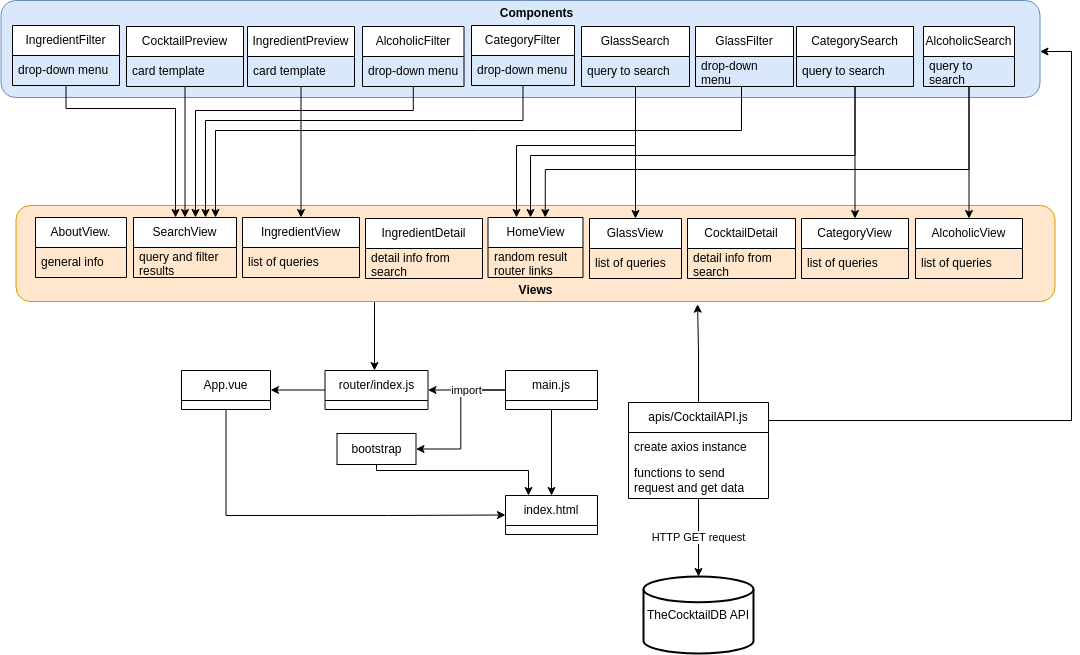
Earlier version of the draw.io export Portfolio/6.3HD/architecture.drawio.png (luongtracducanh/COS30043). Source tidied: cells renumbered, new cells last; positions are measured from the earlier drawing's top-left corner, leaving out a move shared by most shapes.
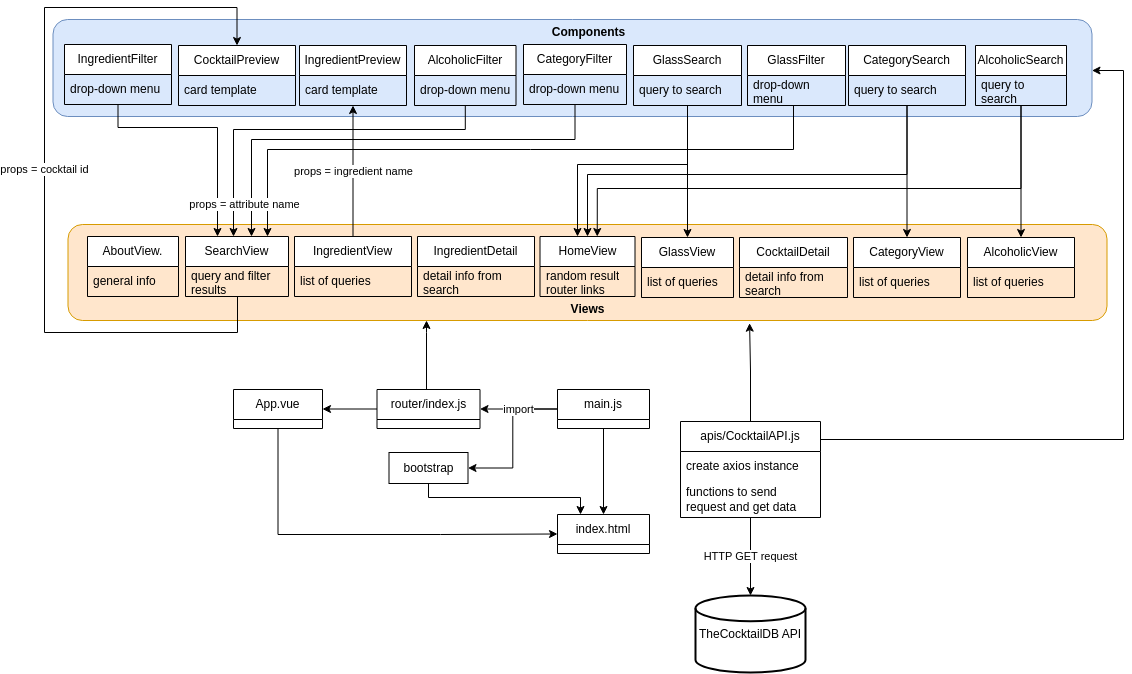
After the commit.

Change to the diagram source:
```diff
@@ -2,7 +2,7 @@
   <root>
     <mxCell id="0" />
     <mxCell id="1" parent="0" />
-    <mxCell id="2" style="edgeStyle=orthogonalEdgeStyle;rounded=0;jettySize=auto;html=1;" parent="1" edge="1" source="3" target="31">
+    <mxCell id="2" style="edgeStyle=orthogonalEdgeStyle;rounded=0;jettySize=auto;html=1;startArrow=classic;startFill=1;endArrow=none;endFill=0;" parent="1" edge="1" source="3" target="31">
       <mxGeometry relative="1" as="geometry">
         <Array as="points">
           <mxPoint x="374" y="313" />
@@ -85,7 +85,7 @@
       <mxGeometry y="30" width="117" height="30" as="geometry" />
     </mxCell>
     <mxCell id="26" value="IngredientDetail" style="swimlane;fontStyle=0;horizontal=1;startSize=30;whiteSpace=wrap;html=1;" parent="1" vertex="1">
-      <mxGeometry x="365" y="218" width="117" height="60" as="geometry" />
+      <mxGeometry x="365" y="217" width="117" height="60" as="geometry" />
     </mxCell>
     <mxCell id="27" value="detail info from search" style="text;strokeColor=none;fillColor=none;align=left;verticalAlign=middle;spacingLeft=4;spacingRight=4;overflow=hidden;whiteSpace=wrap;html=1;" parent="26" vertex="1">
       <mxGeometry y="30" width="117" height="30" as="geometry" />
@@ -125,14 +125,6 @@
     <mxCell id="37" value="main.js" style="swimlane;fontStyle=0;horizontal=1;startSize=30;whiteSpace=wrap;html=1;" parent="1" vertex="1">
       <mxGeometry x="505" y="370" width="92" height="39" as="geometry" />
     </mxCell>
-    <mxCell id="38" style="edgeStyle=orthogonalEdgeStyle;rounded=0;jettySize=auto;html=1;" parent="1" edge="1" source="39" target="28">
-      <mxGeometry relative="1" as="geometry">
-        <Array as="points">
-          <mxPoint x="413" y="110" />
-          <mxPoint x="195" y="110" />
-        </Array>
-      </mxGeometry>
-    </mxCell>
     <mxCell id="39" value="AlcoholicFilter" style="swimlane;fontStyle=0;horizontal=1;startSize=30;whiteSpace=wrap;html=1;" parent="1" vertex="1">
       <mxGeometry x="362" y="26" width="101.5" height="60" as="geometry" />
     </mxCell>
@@ -157,7 +149,7 @@
     <mxCell id="44" value="query to search" style="text;strokeColor=none;fillColor=none;align=left;verticalAlign=middle;spacingLeft=4;spacingRight=4;overflow=hidden;whiteSpace=wrap;html=1;" parent="43" vertex="1">
       <mxGeometry y="30" width="91" height="30" as="geometry" />
     </mxCell>
-    <mxCell id="45" style="edgeStyle=orthogonalEdgeStyle;rounded=0;jettySize=auto;html=1;" parent="1" edge="1" source="46" target="24">
+    <mxCell id="45" value="props = ingredient name" style="edgeStyle=orthogonalEdgeStyle;rounded=0;jettySize=auto;html=1;startArrow=classic;startFill=1;endArrow=none;endFill=0;" parent="1" edge="1" source="46" target="24">
       <mxGeometry relative="1" as="geometry" />
     </mxCell>
     <mxCell id="46" value="IngredientPreview" style="swimlane;fontStyle=0;horizontal=1;startSize=30;whiteSpace=wrap;html=1;" parent="1" vertex="1">
@@ -170,7 +162,7 @@
       <mxGeometry relative="1" as="geometry">
         <Array as="points">
           <mxPoint x="66" y="108" />
-          <mxPoint x="175" y="108" />
+          <mxPoint x="165" y="108" />
         </Array>
       </mxGeometry>
     </mxCell>
@@ -187,7 +179,7 @@
       <mxGeometry relative="1" as="geometry">
         <Array as="points">
           <mxPoint x="635" y="145" />
-          <mxPoint x="516" y="145" />
+          <mxPoint x="525" y="145" />
         </Array>
       </mxGeometry>
     </mxCell>
@@ -211,8 +203,15 @@
     <mxCell id="57" value="drop-down menu" style="text;strokeColor=none;fillColor=none;align=left;verticalAlign=middle;spacingLeft=4;spacingRight=4;overflow=hidden;whiteSpace=wrap;html=1;" parent="56" vertex="1">
       <mxGeometry y="30" width="98" height="30" as="geometry" />
     </mxCell>
-    <mxCell id="58" style="edgeStyle=orthogonalEdgeStyle;rounded=0;jettySize=auto;html=1;" parent="1" edge="1" source="59" target="28">
-      <mxGeometry relative="1" as="geometry" />
+    <mxCell id="58" value="props = cocktail id" style="edgeStyle=orthogonalEdgeStyle;rounded=0;jettySize=auto;html=1;startArrow=classic;startFill=1;endArrow=none;endFill=0;" parent="1" edge="1" source="59" target="28">
+      <mxGeometry relative="1" as="geometry">
+        <Array as="points">
+          <mxPoint x="185" y="-12" />
+          <mxPoint x="-8" y="-12" />
+          <mxPoint x="-8" y="313" />
+          <mxPoint x="185" y="313" />
+        </Array>
+      </mxGeometry>
     </mxCell>
     <mxCell id="59" value="CocktailPreview" style="swimlane;fontStyle=0;horizontal=1;startSize=30;whiteSpace=wrap;html=1;" parent="1" vertex="1">
       <mxGeometry x="126" y="26" width="117" height="60" as="geometry" />
@@ -227,7 +226,7 @@
       <mxGeometry relative="1" as="geometry">
         <Array as="points">
           <mxPoint x="855" y="155" />
-          <mxPoint x="530" y="155" />
+          <mxPoint x="535" y="155" />
         </Array>
       </mxGeometry>
     </mxCell>
@@ -241,7 +240,7 @@
       <mxGeometry relative="1" as="geometry">
         <Array as="points">
           <mxPoint x="523" y="120" />
-          <mxPoint x="205" y="120" />
+          <mxPoint x="199" y="120" />
         </Array>
       </mxGeometry>
     </mxCell>
@@ -254,8 +253,8 @@
     <mxCell id="68" style="edgeStyle=orthogonalEdgeStyle;rounded=0;jettySize=auto;html=1;entryX=0.25;entryY=0;entryDx=0;entryDy=0;" parent="1" edge="1" source="69" target="72">
       <mxGeometry relative="1" as="geometry">
         <Array as="points">
-          <mxPoint x="376" y="470" />
-          <mxPoint x="528" y="470" />
+          <mxPoint x="376" y="478" />
+          <mxPoint x="528" y="478" />
         </Array>
       </mxGeometry>
     </mxCell>
@@ -271,5 +270,13 @@
     <mxCell id="72" value="index.html" style="swimlane;fontStyle=0;horizontal=1;startSize=30;whiteSpace=wrap;html=1;" parent="1" vertex="1">
       <mxGeometry x="505" y="495" width="92" height="39" as="geometry" />
     </mxCell>
+    <mxCell id="38" value="props = attribute name" style="edgeStyle=orthogonalEdgeStyle;rounded=0;jettySize=auto;html=1;" parent="1" edge="1" source="39" target="28">
+      <mxGeometry x="0.82" y="11" relative="1" as="geometry">
+        <Array as="points">
+          <mxPoint x="413" y="110" />
+          <mxPoint x="181" y="110" />
+        </Array>
+      </mxGeometry>
+    </mxCell>
   </root>
 </mxGraphModel>
```
